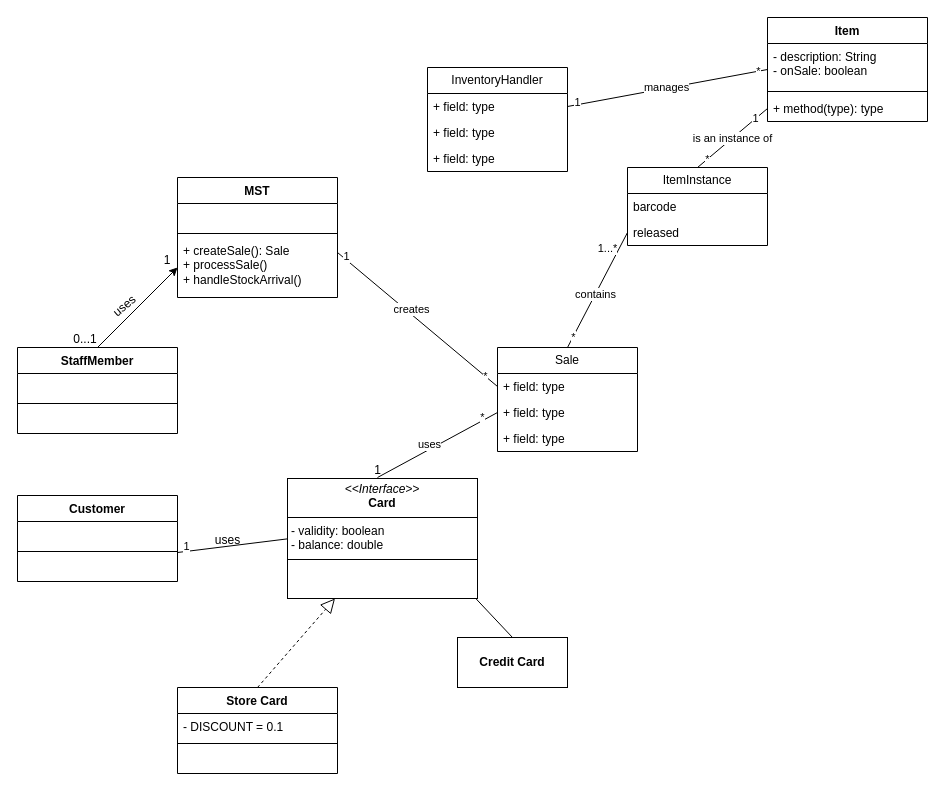
Above: page "Page-2" (2 of 2) of workshop5-week6.drawio in antonykimuom/SWEN30006-2025-SM1-workshop1-tuew05-14-00-team-12 (draw.io), before the change. Source tidied: cells renumbered, new cells numbered last; positions are measured from the earlier drawing's top-left corner, leaving out a move shared by most shapes. Both pictures are drawn from the tidied source at 100%, with x=0, y=0 at pixel (17, 17).
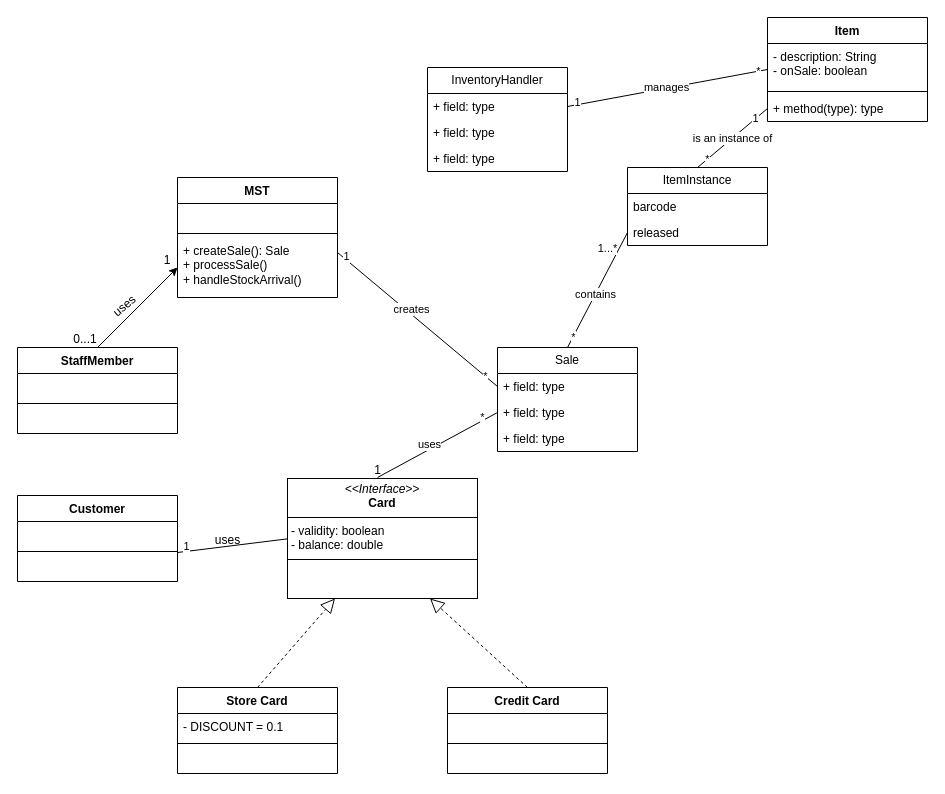
Above is the later version.

Commit message:
fixed credit card class

The change refers to these unchanged cells:
```xml
<mxCell id="59" value="&lt;p style=&quot;margin:0px;margin-top:4px;text-align:center;&quot;&gt;&lt;i&gt;&amp;lt;&amp;lt;Interface&amp;gt;&amp;gt;&lt;/i&gt;&lt;br&gt;&lt;b&gt;Card&lt;/b&gt;&lt;/p&gt;&lt;hr size=&quot;1&quot; style=&quot;border-style:solid;&quot;&gt;&lt;p style=&quot;margin:0px;margin-left:4px;&quot;&gt;- validity: boolean&lt;/p&gt;&lt;p style=&quot;margin:0px;margin-left:4px;&quot;&gt;- balance: double&lt;/p&gt;&lt;hr size=&quot;1&quot; style=&quot;border-style:solid;&quot;&gt;&lt;p style=&quot;margin:0px;margin-left:4px;&quot;&gt;&lt;br&gt;&lt;/p&gt;" style="verticalAlign=top;align=left;overflow=fill;html=1;whiteSpace=wrap;" parent="1" vertex="1">
  <mxGeometry x="270" y="461" width="190" height="120" as="geometry" />
</mxCell>
```

The edit, as a diff of the source:
```diff
@@
-    <mxCell id="9" value="&lt;b&gt;Credit Card&lt;/b&gt;" style="html=1;whiteSpace=wrap;" parent="1" vertex="1">
-      <mxGeometry x="440" y="620" width="110" height="50" as="geometry" />
-    </mxCell>
@@
-    <mxCell id="15" style="endArrow=block;endSize=16;endFill=0;html=1;rounded=0;exitX=0.5;exitY=0;exitDx=0;exitDy=0;entryX=1;entryY=0.5;entryDx=0;entryDy=0;" parent="1" edge="1" source="9">
-      <mxGeometry relative="1" as="geometry">
-        <mxPoint x="430" y="551" as="targetPoint" />
-      </mxGeometry>
-    </mxCell>
@@
+    <mxCell id="9" value="Credit Card" style="swimlane;fontStyle=1;align=center;verticalAlign=top;horizontal=1;startSize=26;whiteSpace=wrap;html=1;" parent="1" vertex="1">
+      <mxGeometry x="430" y="670" width="160" height="86" as="geometry" />
+    </mxCell>
+    <mxCell id="65" value="&lt;br&gt;&lt;div&gt;&lt;br&gt;&lt;/div&gt;" style="text;strokeColor=none;fillColor=none;align=left;verticalAlign=top;spacingLeft=4;spacingRight=4;overflow=hidden;whiteSpace=wrap;html=1;" parent="9" vertex="1">
+      <mxGeometry y="26" width="160" height="26" as="geometry" />
+    </mxCell>
+    <mxCell id="66" style="line;strokeWidth=1;fillColor=none;align=left;verticalAlign=middle;spacingTop=-1;spacingLeft=3;spacingRight=3;labelPosition=right;strokeColor=inherit;" parent="9" vertex="1">
+      <mxGeometry y="52" width="160" height="8" as="geometry" />
+    </mxCell>
+    <mxCell id="67" value="&lt;br&gt;&lt;div&gt;&lt;br&gt;&lt;/div&gt;" style="text;strokeColor=none;fillColor=none;align=left;verticalAlign=top;spacingLeft=4;spacingRight=4;overflow=hidden;whiteSpace=wrap;html=1;" parent="9" vertex="1">
+      <mxGeometry y="60" width="160" height="26" as="geometry" />
+    </mxCell>
+    <mxCell id="68" style="endArrow=block;dashed=1;endFill=0;endSize=12;html=1;rounded=0;entryX=0.75;entryY=1;entryDx=0;entryDy=0;exitX=0.5;exitY=0;exitDx=0;exitDy=0;" parent="1" edge="1" source="9" target="59">
+      <mxGeometry relative="1" as="geometry" />
+    </mxCell>
```
